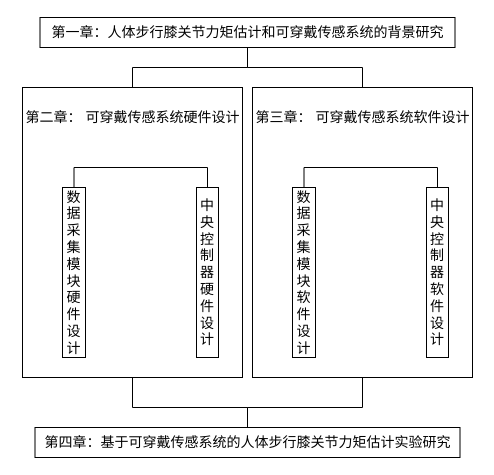
DianxinWang/final_theis keeps this draw.io diagram as arrangements_of_chapters.drawio. Above is the earlier version. Source tidied: cells renumbered, new cells numbered last; positions are measured from the earlier drawing's top-left corner, leaving out a move shared by most shapes. Both pictures are drawn from the tidied source at 100%, with x=0, y=0 at pixel (17, 17).
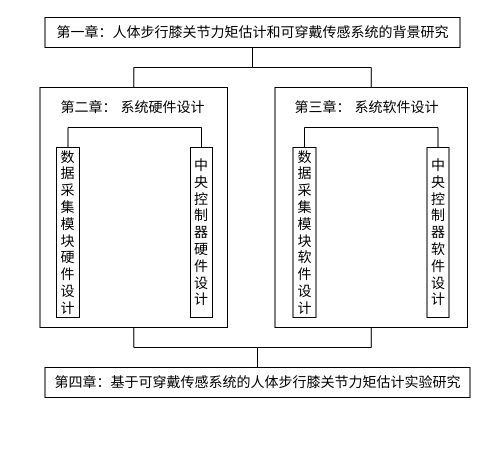
The same page after the edit.

What changed in the source:
```diff
@@
-    <mxCell id="2" style="edgeStyle=orthogonalEdgeStyle;rounded=0;jettySize=auto;html=1;exitX=0.5;exitY=1;exitDx=0;exitDy=0;endArrow=none;endFill=0;fontSize=14;" parent="1" edge="1" source="3" target="5">
-      <mxGeometry relative="1" as="geometry">
-        <Array as="points">
-          <mxPoint x="230" y="50" />
-          <mxPoint x="115" y="50" />
-        </Array>
-      </mxGeometry>
-    </mxCell>
+    <mxCell id="18" style="edgeStyle=orthogonalEdgeStyle;rounded=0;jettySize=auto;html=1;exitX=0.5;exitY=0;exitDx=0;exitDy=0;endArrow=none;endFill=0;fontSize=14;" parent="1" edge="1" source="19" target="3">
+      <mxGeometry relative="1" as="geometry" />
+    </mxCell>
+    <mxCell id="19" style="rounded=0;whiteSpace=wrap;html=1;fontSize=14;fontStyle=1;" parent="1" vertex="1">
+      <mxGeometry x="257.5" y="70" width="192.5" height="240" as="geometry" />
+    </mxCell>
     <mxCell id="3" value="第一章：人体步行膝关节力矩估计和可穿戴传感系统的背景研究" style="rounded=0;whiteSpace=wrap;html=1;fontSize=14;" parent="1" vertex="1">
-      <mxGeometry x="22.5" width="415" height="30" as="geometry" />
+      <mxGeometry x="27.5" width="415" height="30" as="geometry" />
     </mxCell>
-    <mxCell id="4" style="edgeStyle=orthogonalEdgeStyle;rounded=0;jettySize=auto;html=1;exitX=0.5;exitY=1;exitDx=0;exitDy=0;endArrow=none;endFill=0;fontSize=14;" parent="1" edge="1" source="5" target="9">
+    <mxCell id="4" style="edgeStyle=orthogonalEdgeStyle;rounded=0;jettySize=auto;html=1;exitX=0.5;exitY=1;exitDx=0;exitDy=0;endArrow=none;endFill=0;fontSize=14;entryX=0.5;entryY=0;entryDx=0;entryDy=0;" parent="1" edge="1" source="5" target="9">
       <mxGeometry relative="1" as="geometry">
         <Array as="points">
-          <mxPoint x="115" y="390" />
-          <mxPoint x="230" y="390" />
+          <mxPoint x="116" y="330" />
+          <mxPoint x="240" y="330" />
         </Array>
       </mxGeometry>
     </mxCell>
+    <mxCell id="20" style="edgeStyle=orthogonalEdgeStyle;rounded=0;jettySize=auto;html=1;exitX=0.5;exitY=0;exitDx=0;exitDy=0;endArrow=none;endFill=0;fontSize=14;" parent="1" edge="1" source="5" target="3">
+      <mxGeometry relative="1" as="geometry" />
+    </mxCell>
     <mxCell id="5" style="rounded=0;whiteSpace=wrap;html=1;fontSize=14;" parent="1" vertex="1">
-      <mxGeometry x="5" y="70" width="220" height="290" as="geometry" />
+      <mxGeometry x="22.5" y="70" width="187.5" height="240" as="geometry" />
     </mxCell>
-    <mxCell id="6" value="第二章： 可穿戴传感系统硬件设计" style="text;html=1;align=center;verticalAlign=middle;fontSize=14;" parent="1" vertex="1">
-      <mxGeometry y="90" width="230" height="20" as="geometry" />
+    <mxCell id="6" value="第二章： 系统硬件设计" style="text;html=1;align=center;verticalAlign=middle;fontSize=14;" parent="1" vertex="1">
+      <mxGeometry x="35" y="80" width="160" height="20" as="geometry" />
     </mxCell>
-    <mxCell id="7" style="edgeStyle=orthogonalEdgeStyle;rounded=0;jettySize=auto;html=1;exitX=0.5;exitY=0;exitDx=0;exitDy=0;entryX=0.5;entryY=1;entryDx=0;entryDy=0;endArrow=none;endFill=0;fontSize=14;" parent="1" edge="1" source="13" target="3">
-      <mxGeometry relative="1" as="geometry">
-        <Array as="points">
-          <mxPoint x="345" y="50" />
-          <mxPoint x="230" y="50" />
-        </Array>
-      </mxGeometry>
-    </mxCell>
-    <mxCell id="8" style="edgeStyle=orthogonalEdgeStyle;rounded=0;jettySize=auto;html=1;exitX=0.5;exitY=1;exitDx=0;exitDy=0;entryX=0.5;entryY=0;entryDx=0;entryDy=0;endArrow=none;endFill=0;fontSize=14;" parent="1" edge="1" source="13" target="9">
+    <mxCell id="8" style="edgeStyle=orthogonalEdgeStyle;rounded=0;jettySize=auto;html=1;entryX=0.5;entryY=0;entryDx=0;entryDy=0;endArrow=none;endFill=0;fontSize=14;exitX=0.5;exitY=1;exitDx=0;exitDy=0;" parent="1" edge="1" source="19" target="9">
       <mxGeometry relative="1" as="geometry">
         <Array as="points">
-          <mxPoint x="345" y="390" />
-          <mxPoint x="230" y="390" />
+          <mxPoint x="354" y="330" />
+          <mxPoint x="240" y="330" />
         </Array>
       </mxGeometry>
     </mxCell>
     <mxCell id="9" value="第四章：基于可穿戴传感系统的人体步行膝关节力矩估计实验研究" style="rounded=0;whiteSpace=wrap;html=1;fontSize=14;" parent="1" vertex="1">
-      <mxGeometry x="17.5" y="410" width="425" height="30" as="geometry" />
+      <mxGeometry x="27.5" y="350" width="425" height="30" as="geometry" />
     </mxCell>
@@
     <mxCell id="11" value="数&lt;br style=&quot;font-size: 14px;&quot;&gt;据&lt;br style=&quot;font-size: 14px;&quot;&gt;采&lt;br style=&quot;font-size: 14px;&quot;&gt;集&lt;br style=&quot;font-size: 14px;&quot;&gt;模&lt;br style=&quot;font-size: 14px;&quot;&gt;块&lt;br style=&quot;font-size: 14px;&quot;&gt;硬&lt;br style=&quot;font-size: 14px;&quot;&gt;件&lt;br style=&quot;font-size: 14px;&quot;&gt;设&lt;br style=&quot;font-size: 14px;&quot;&gt;计" style="rounded=0;whiteSpace=wrap;html=1;fontSize=14;" parent="1" vertex="1">
-      <mxGeometry x="45" y="170" width="23" height="170" as="geometry" />
+      <mxGeometry x="39" y="130" width="23" height="170" as="geometry" />
     </mxCell>
     <mxCell id="12" value="中&lt;br style=&quot;font-size: 14px;&quot;&gt;央&lt;br style=&quot;font-size: 14px;&quot;&gt;控&lt;br style=&quot;font-size: 14px;&quot;&gt;制&lt;br style=&quot;font-size: 14px;&quot;&gt;器&lt;br style=&quot;font-size: 14px;&quot;&gt;硬&lt;br style=&quot;font-size: 14px;&quot;&gt;件&lt;br style=&quot;font-size: 14px;&quot;&gt;设&lt;br style=&quot;font-size: 14px;&quot;&gt;计" style="rounded=0;whiteSpace=wrap;html=1;fontSize=14;" parent="1" vertex="1">
-      <mxGeometry x="179" y="170" width="22" height="170" as="geometry" />
+      <mxGeometry x="173" y="130" width="22" height="170" as="geometry" />
     </mxCell>
-    <mxCell id="13" style="rounded=0;whiteSpace=wrap;html=1;fontSize=14;" parent="1" vertex="1">
-      <mxGeometry x="235" y="70" width="220" height="290" as="geometry" />
-    </mxCell>
-    <mxCell id="14" value="第三章： 可穿戴传感系统软件设计" style="text;html=1;align=center;verticalAlign=middle;fontSize=14;" parent="1" vertex="1">
-      <mxGeometry x="230" y="90" width="230" height="20" as="geometry" />
+    <mxCell id="14" value="第三章： 系统软件设计" style="text;html=1;align=center;verticalAlign=middle;fontSize=14;" parent="1" vertex="1">
+      <mxGeometry x="268.5" y="80" width="160" height="20" as="geometry" />
     </mxCell>
@@
     <mxCell id="16" value="数&lt;br style=&quot;font-size: 14px;&quot;&gt;据&lt;br style=&quot;font-size: 14px;&quot;&gt;采&lt;br style=&quot;font-size: 14px;&quot;&gt;集&lt;br style=&quot;font-size: 14px;&quot;&gt;模&lt;br style=&quot;font-size: 14px;&quot;&gt;块&lt;br style=&quot;font-size: 14px;&quot;&gt;&lt;span style=&quot;font-size: 14px;&quot;&gt;软&lt;br style=&quot;font-size: 14px;&quot;&gt;件&lt;br style=&quot;font-size: 14px;&quot;&gt;&lt;/span&gt;设&lt;br style=&quot;font-size: 14px;&quot;&gt;计" style="rounded=0;whiteSpace=wrap;html=1;fontSize=14;" parent="1" vertex="1">
-      <mxGeometry x="275" y="170" width="23" height="170" as="geometry" />
+      <mxGeometry x="275.5" y="130" width="23" height="170" as="geometry" />
     </mxCell>
     <mxCell id="17" value="中&lt;br style=&quot;font-size: 14px;&quot;&gt;央&lt;br style=&quot;font-size: 14px;&quot;&gt;控&lt;br style=&quot;font-size: 14px;&quot;&gt;制&lt;br style=&quot;font-size: 14px;&quot;&gt;器&lt;br style=&quot;font-size: 14px;&quot;&gt;&lt;span style=&quot;font-size: 14px;&quot;&gt;软&lt;br style=&quot;font-size: 14px;&quot;&gt;件&lt;br style=&quot;font-size: 14px;&quot;&gt;&lt;/span&gt;设&lt;br style=&quot;font-size: 14px;&quot;&gt;计" style="rounded=0;whiteSpace=wrap;html=1;fontSize=14;" parent="1" vertex="1">
-      <mxGeometry x="409" y="170" width="22" height="170" as="geometry" />
+      <mxGeometry x="409.5" y="130" width="22" height="170" as="geometry" />
     </mxCell>
```
